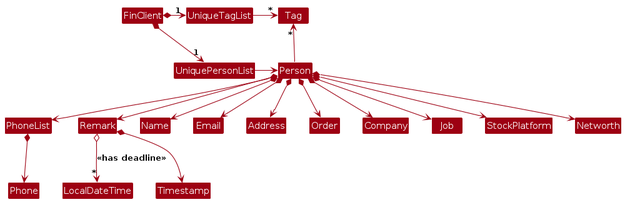
Above: diagrams/BetterModelClassDiagram.png in AY2425S2-CS2103T-T11-4/tp (PlantUML), before the change. Its source is kept beside it as diagrams/BetterModelClassDiagram.puml.
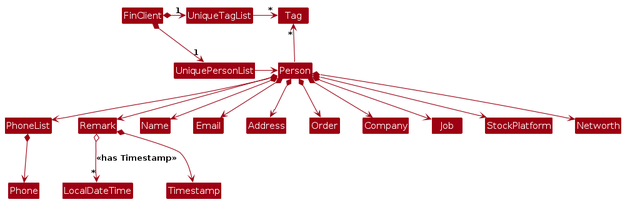
Later version of the same file.

Diff of the diagram source:
```diff
@@ -28,6 +28,6 @@
 Person *--> StockPlatform
 Person *--> Networth
 
-Remark o--> "*" LocalDateTime : <<has deadline>>
+Remark o--> "*" LocalDateTime : <<has Timestamp>>
 
 @enduml
```
